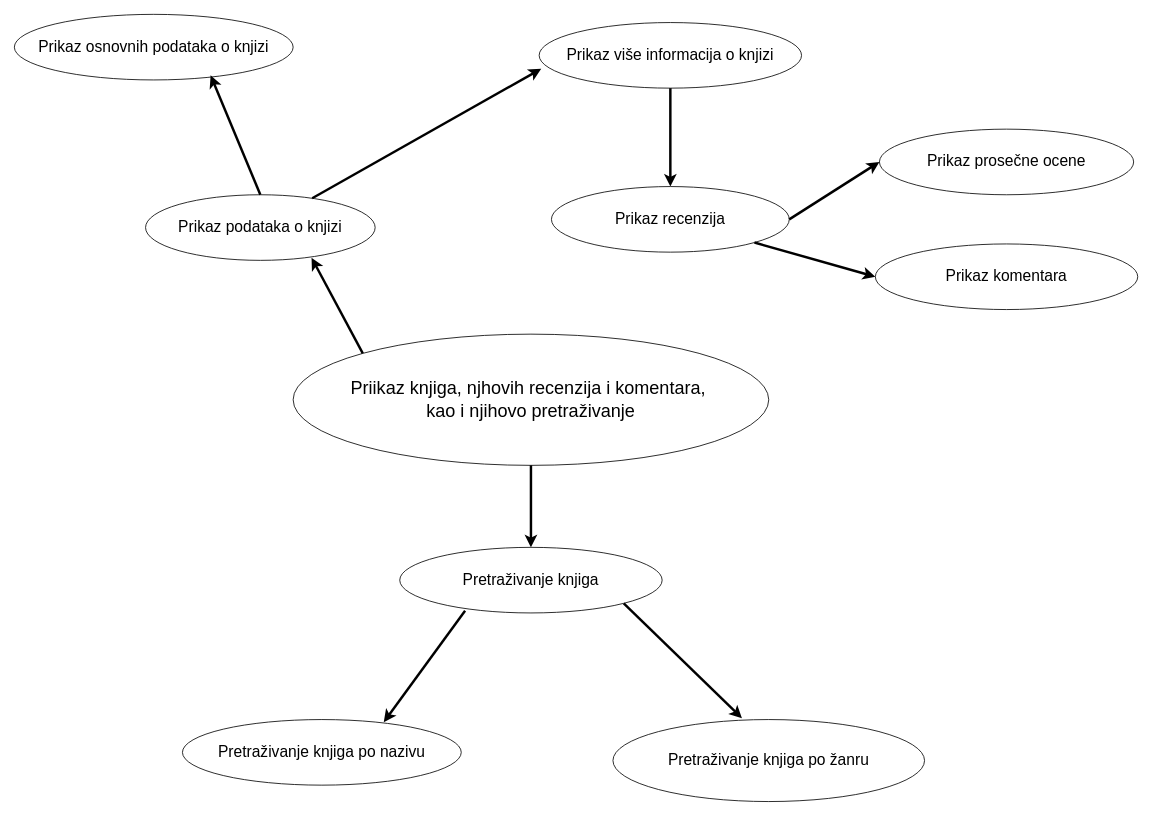
Above: diagram/specifikacija-sistema-diagrami/detaljniUML/prikaz, recenzija, komentari i pretrazivanje knjiga/prikaz-recenzija-komentari-pretrazivanje.drawio in muneveraplojovic/SI-2024 (draw.io), before the change. Source tidied: cells renumbered, new cells numbered last; positions are measured from the earlier drawing's top-left corner, leaving out a move shared by most shapes. Both pictures are drawn from the tidied source at 82%, with x=0, y=0 at pixel (14, 14).
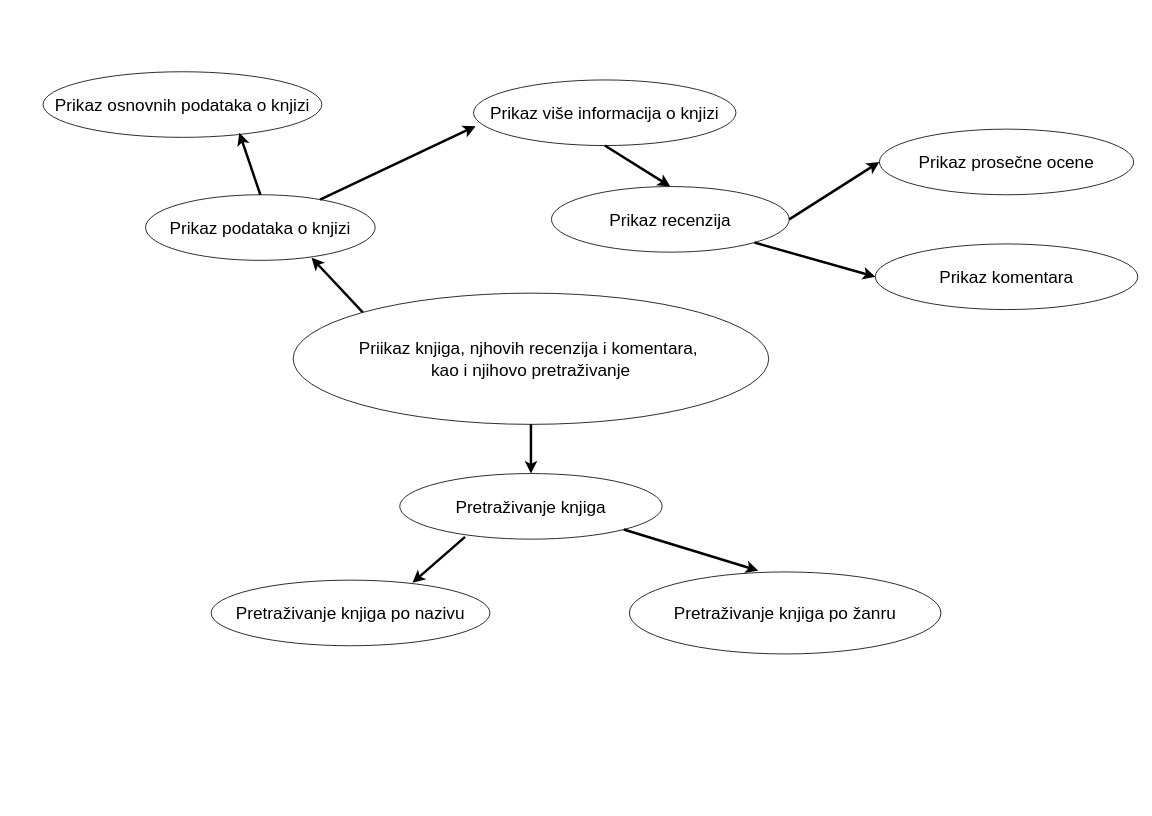
Above is the later version.

What changed in the source:
```diff
@@
-    <mxCell id="2" value="&lt;font style=&quot;font-size: 22px;&quot;&gt;Priikaz knjiga, njhovih recenzija i komentara,&amp;nbsp;&lt;/font&gt;&lt;div&gt;&lt;font style=&quot;font-size: 22px;&quot;&gt;kao i njihovo pretraživanje &lt;/font&gt;&lt;/div&gt;" style="ellipse;whiteSpace=wrap;html=1;" parent="1" vertex="1">
-      <mxGeometry x="340" y="390" width="580" height="160" as="geometry" />
+    <mxCell id="2" value="&lt;font&gt;Priikaz knjiga, njhovih recenzija i komentara,&amp;nbsp;&lt;/font&gt;&lt;div&gt;&lt;font&gt;kao i njihovo pretraživanje &lt;/font&gt;&lt;/div&gt;" style="ellipse;whiteSpace=wrap;html=1;fontSize=21;" parent="1" vertex="1">
+      <mxGeometry x="340" y="340" width="580" height="160" as="geometry" />
     </mxCell>
-    <mxCell id="3" value="&lt;font&gt;Prikaz podataka o knjizi&lt;/font&gt;" style="ellipse;whiteSpace=wrap;html=1;fontSize=19;" parent="1" vertex="1">
+    <mxCell id="3" value="&lt;font&gt;Prikaz podataka o knjizi&lt;/font&gt;" style="ellipse;whiteSpace=wrap;html=1;fontSize=21;" parent="1" vertex="1">
       <mxGeometry x="160" y="220" width="280" height="80" as="geometry" />
     </mxCell>
-    <mxCell id="4" value="&lt;font&gt;Prikaz osnovnih podataka o knjizi&lt;/font&gt;" style="ellipse;whiteSpace=wrap;html=1;fontSize=19;" parent="1" vertex="1">
-      <mxGeometry width="340" height="80" as="geometry" />
+    <mxCell id="4" value="&lt;font&gt;Prikaz osnovnih podataka o knjizi&lt;/font&gt;" style="ellipse;whiteSpace=wrap;html=1;fontSize=21;" parent="1" vertex="1">
+      <mxGeometry x="35" y="70" width="340" height="80" as="geometry" />
     </mxCell>
-    <mxCell id="5" value="&lt;font&gt;Prikaz više informacija o knjizi&lt;/font&gt;" style="ellipse;whiteSpace=wrap;html=1;fontSize=19;" parent="1" vertex="1">
-      <mxGeometry x="640" y="10" width="320" height="80" as="geometry" />
+    <mxCell id="5" value="&lt;font&gt;Prikaz više informacija o knjizi&lt;/font&gt;" style="ellipse;whiteSpace=wrap;html=1;fontSize=21;" parent="1" vertex="1">
+      <mxGeometry x="560" y="80" width="320" height="80" as="geometry" />
     </mxCell>
-    <mxCell id="6" value="Prikaz recenzija" style="ellipse;whiteSpace=wrap;html=1;fontSize=19;" parent="1" vertex="1">
+    <mxCell id="6" value="Prikaz recenzija" style="ellipse;whiteSpace=wrap;html=1;fontSize=21;" parent="1" vertex="1">
       <mxGeometry x="655" y="210" width="290" height="80" as="geometry" />
     </mxCell>
-    <mxCell id="7" value="Prikaz prosečne ocene" style="ellipse;whiteSpace=wrap;html=1;fontSize=19;" parent="1" vertex="1">
+    <mxCell id="7" value="Prikaz prosečne ocene" style="ellipse;whiteSpace=wrap;html=1;fontSize=21;" parent="1" vertex="1">
       <mxGeometry x="1055" y="140" width="310" height="80" as="geometry" />
     </mxCell>
-    <mxCell id="8" value="Prikaz komentara" style="ellipse;whiteSpace=wrap;html=1;fontSize=19;" parent="1" vertex="1">
+    <mxCell id="8" value="Prikaz komentara" style="ellipse;whiteSpace=wrap;html=1;fontSize=21;" parent="1" vertex="1">
       <mxGeometry x="1050" y="280" width="320" height="80" as="geometry" />
     </mxCell>
-    <mxCell id="9" value="Pretraživanje knjiga" style="ellipse;whiteSpace=wrap;html=1;fontSize=19;" parent="1" vertex="1">
-      <mxGeometry x="470" y="650" width="320" height="80" as="geometry" />
+    <mxCell id="9" value="Pretraživanje knjiga" style="ellipse;whiteSpace=wrap;html=1;fontSize=21;" parent="1" vertex="1">
+      <mxGeometry x="470" y="560" width="320" height="80" as="geometry" />
     </mxCell>
-    <mxCell id="10" value="Pretraživanje knjiga po nazivu" style="ellipse;whiteSpace=wrap;html=1;fontSize=19;" parent="1" vertex="1">
-      <mxGeometry x="205" y="860" width="340" height="80" as="geometry" />
+    <mxCell id="10" value="Pretraživanje knjiga po nazivu" style="ellipse;whiteSpace=wrap;html=1;fontSize=21;" parent="1" vertex="1">
+      <mxGeometry x="240" y="690" width="340" height="80" as="geometry" />
     </mxCell>
-    <mxCell id="11" value="Pretraživanje knjiga po žanru" style="ellipse;whiteSpace=wrap;html=1;fontSize=19;" parent="1" vertex="1">
-      <mxGeometry x="730" y="860" width="380" height="100" as="geometry" />
+    <mxCell id="11" value="Pretraživanje knjiga po žanru" style="ellipse;whiteSpace=wrap;html=1;fontSize=21;" parent="1" vertex="1">
+      <mxGeometry x="750" y="680" width="380" height="100" as="geometry" />
     </mxCell>
-    <mxCell id="12" style="endArrow=classic;html=1;rounded=0;entryX=0.723;entryY=0.96;entryDx=0;entryDy=0;entryPerimeter=0;exitX=0;exitY=0;exitDx=0;exitDy=0;strokeWidth=3;" parent="1" edge="1" source="2" target="3">
+    <mxCell id="12" style="endArrow=classic;html=1;rounded=0;entryX=0.723;entryY=0.96;entryDx=0;entryDy=0;entryPerimeter=0;exitX=0;exitY=0;exitDx=0;exitDy=0;strokeWidth=3;fontSize=21;" parent="1" edge="1" source="2" target="3">
       <mxGeometry relative="1" as="geometry" />
     </mxCell>
-    <mxCell id="13" style="endArrow=classic;html=1;rounded=0;entryX=0.704;entryY=0.93;entryDx=0;entryDy=0;exitX=0.5;exitY=0;exitDx=0;exitDy=0;entryPerimeter=0;strokeWidth=3;" parent="1" edge="1" source="3" target="4">
+    <mxCell id="13" style="endArrow=classic;html=1;rounded=0;entryX=0.704;entryY=0.93;entryDx=0;entryDy=0;exitX=0.5;exitY=0;exitDx=0;exitDy=0;entryPerimeter=0;strokeWidth=3;fontSize=21;" parent="1" edge="1" source="3" target="4">
       <mxGeometry relative="1" as="geometry" />
     </mxCell>
-    <mxCell id="14" style="endArrow=classic;html=1;rounded=0;entryX=0.008;entryY=0.705;entryDx=0;entryDy=0;entryPerimeter=0;strokeWidth=3;" parent="1" edge="1" source="3" target="5">
+    <mxCell id="14" style="endArrow=classic;html=1;rounded=0;entryX=0.008;entryY=0.705;entryDx=0;entryDy=0;entryPerimeter=0;strokeWidth=3;fontSize=21;" parent="1" edge="1" source="3" target="5">
       <mxGeometry relative="1" as="geometry" />
     </mxCell>
-    <mxCell id="15" style="endArrow=classic;html=1;rounded=0;entryX=0.5;entryY=0;entryDx=0;entryDy=0;exitX=0.5;exitY=1;exitDx=0;exitDy=0;strokeWidth=3;" parent="1" edge="1" source="5" target="6">
+    <mxCell id="15" style="endArrow=classic;html=1;rounded=0;entryX=0.5;entryY=0;entryDx=0;entryDy=0;exitX=0.5;exitY=1;exitDx=0;exitDy=0;strokeWidth=3;fontSize=21;" parent="1" edge="1" source="5" target="6">
       <mxGeometry relative="1" as="geometry" />
     </mxCell>
-    <mxCell id="16" style="endArrow=classic;html=1;rounded=0;entryX=0;entryY=0.5;entryDx=0;entryDy=0;exitX=1;exitY=0.5;exitDx=0;exitDy=0;strokeWidth=3;" parent="1" edge="1" source="6" target="7">
+    <mxCell id="16" style="endArrow=classic;html=1;rounded=0;entryX=0;entryY=0.5;entryDx=0;entryDy=0;exitX=1;exitY=0.5;exitDx=0;exitDy=0;strokeWidth=3;fontSize=21;" parent="1" edge="1" source="6" target="7">
       <mxGeometry relative="1" as="geometry" />
     </mxCell>
-    <mxCell id="17" style="endArrow=classic;html=1;rounded=0;entryX=0;entryY=0.5;entryDx=0;entryDy=0;exitX=1;exitY=1;exitDx=0;exitDy=0;strokeWidth=3;" parent="1" edge="1" source="6" target="8">
+    <mxCell id="17" style="endArrow=classic;html=1;rounded=0;entryX=0;entryY=0.5;entryDx=0;entryDy=0;exitX=1;exitY=1;exitDx=0;exitDy=0;strokeWidth=3;fontSize=21;" parent="1" edge="1" source="6" target="8">
       <mxGeometry relative="1" as="geometry" />
     </mxCell>
-    <mxCell id="18" style="endArrow=classic;html=1;rounded=0;entryX=0.5;entryY=0;entryDx=0;entryDy=0;exitX=0.5;exitY=1;exitDx=0;exitDy=0;strokeWidth=3;" parent="1" edge="1" source="2" target="9">
+    <mxCell id="18" style="endArrow=classic;html=1;rounded=0;entryX=0.5;entryY=0;entryDx=0;entryDy=0;exitX=0.5;exitY=1;exitDx=0;exitDy=0;strokeWidth=3;fontSize=21;" parent="1" edge="1" source="2" target="9">
       <mxGeometry relative="1" as="geometry" />
     </mxCell>
-    <mxCell id="19" style="endArrow=classic;html=1;rounded=0;entryX=0.414;entryY=-0.016;entryDx=0;entryDy=0;entryPerimeter=0;exitX=1;exitY=1;exitDx=0;exitDy=0;strokeWidth=3;" parent="1" edge="1" source="9" target="11">
+    <mxCell id="19" style="endArrow=classic;html=1;rounded=0;entryX=0.414;entryY=-0.016;entryDx=0;entryDy=0;entryPerimeter=0;exitX=1;exitY=1;exitDx=0;exitDy=0;strokeWidth=3;fontSize=21;" parent="1" edge="1" source="9" target="11">
       <mxGeometry relative="1" as="geometry" />
     </mxCell>
-    <mxCell id="20" style="endArrow=classic;html=1;rounded=0;entryX=0.722;entryY=0.04;entryDx=0;entryDy=0;entryPerimeter=0;exitX=0.249;exitY=0.965;exitDx=0;exitDy=0;exitPerimeter=0;strokeWidth=3;" parent="1" edge="1" source="9" target="10">
+    <mxCell id="20" style="endArrow=classic;html=1;rounded=0;entryX=0.722;entryY=0.04;entryDx=0;entryDy=0;entryPerimeter=0;exitX=0.249;exitY=0.965;exitDx=0;exitDy=0;exitPerimeter=0;strokeWidth=3;fontSize=21;" parent="1" edge="1" source="9" target="10">
       <mxGeometry relative="1" as="geometry" />
     </mxCell>
```
